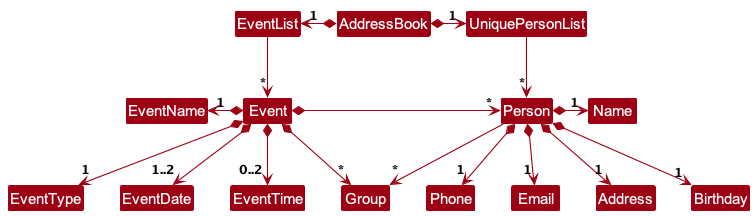
Earlier version of the PlantUML export docs/images/BetterModelClassDiagram.png (nus-cs2103-AY2324S1/tp).
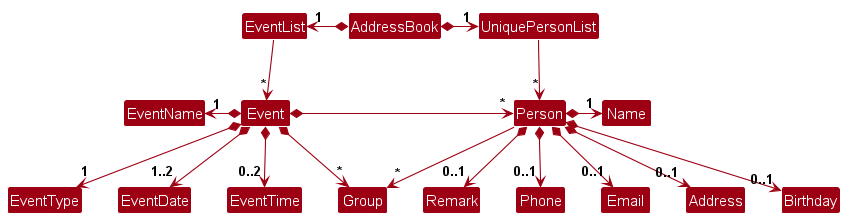
Later version of the same file.

Commit message:
Update DG - Update all relevant methods to Person class with the new field of   Remark - Update UML diagrams for add_person

Diff of the diagram source:
```diff
@@ -13,10 +13,11 @@
 Person --> "*" Group
 
 Person *-right-> "1" Name
-Person *--> "1" Phone
-Person *--> "1" Email
-Person *--> "1" Address
-Person *--> "1" Birthday
+Person *--> "0..1" Phone
+Person *--> "0..1" Email
+Person *--> "0..1" Address
+Person *--> "0..1" Birthday
+Person *--> "0..1" Remark
 
 Event *-left-> "1" EventName
 Event *--> "1" EventType
```
